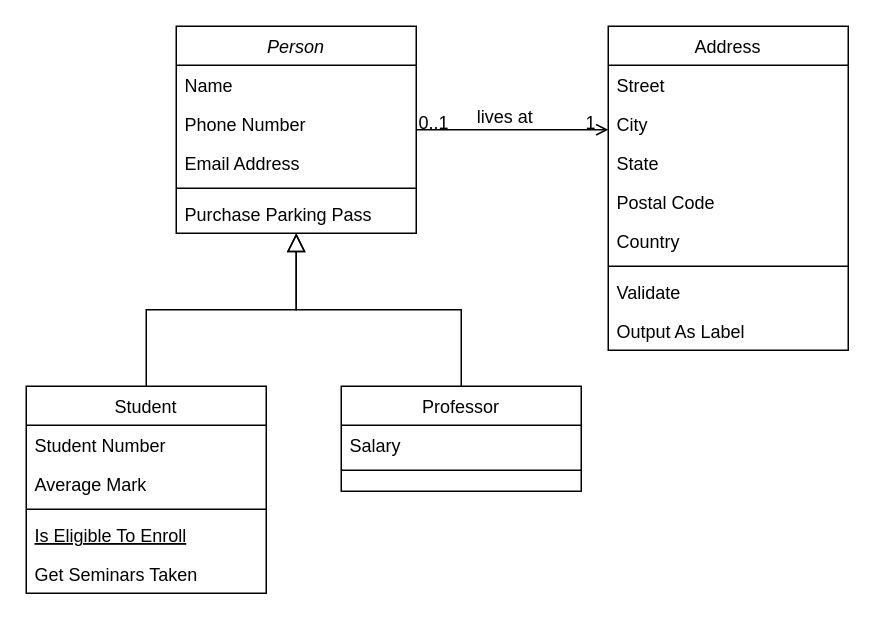
The draw.io diagram banco1.drawio in cohet3/Diagramas, before the edit. Source tidied: cells renumbered, new cells numbered last; positions are measured from the earlier drawing's top-left corner, leaving out a move shared by most shapes. Both pictures are drawn from the tidied source at 150%, with x=0, y=0 at pixel (26, 26).
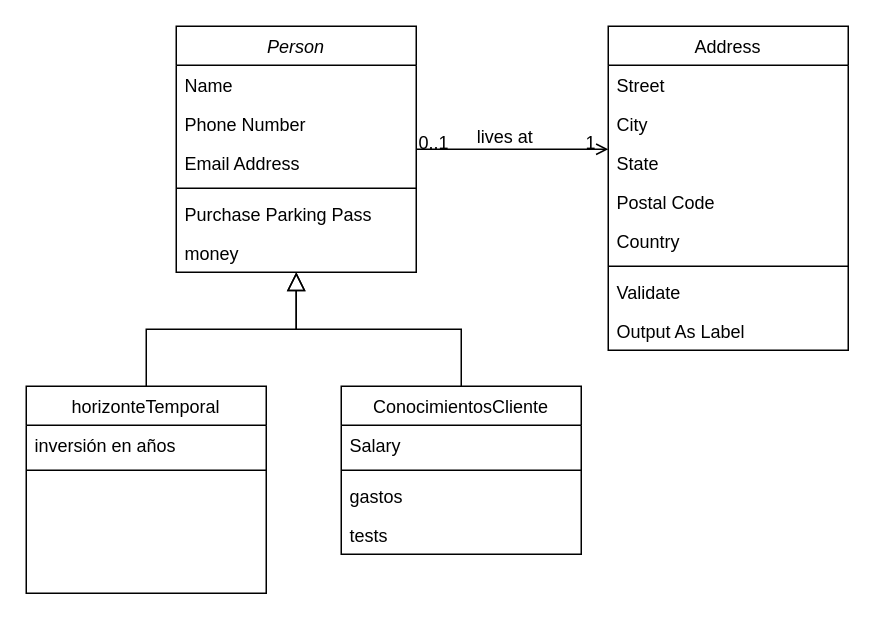
Above is the later version.

The edit, as a diff of the source:
```diff
@@
     <mxCell id="2" value="Person" style="swimlane;fontStyle=2;align=center;verticalAlign=top;horizontal=1;startSize=26;rounded=0;shadow=0;strokeWidth=1;" parent="1" vertex="1">
-      <mxGeometry x="100" width="160" height="138" as="geometry" />
+      <mxGeometry x="100" width="160" height="164" as="geometry" />
     </mxCell>
@@
+    <mxCell id="32" value="money" style="text;align=left;verticalAlign=top;spacingLeft=4;spacingRight=4;overflow=hidden;rounded=0;shadow=0;html=0;" parent="2" vertex="1">
+      <mxGeometry y="138" width="160" height="26" as="geometry" />
+    </mxCell>
-    <mxCell id="8" value="Student" style="swimlane;fontStyle=0;align=center;verticalAlign=top;horizontal=1;startSize=26;rounded=0;shadow=0;strokeWidth=1;" parent="1" vertex="1">
+    <mxCell id="8" value="horizonteTemporal" style="swimlane;fontStyle=0;align=center;verticalAlign=top;horizontal=1;startSize=26;rounded=0;shadow=0;strokeWidth=1;" parent="1" vertex="1">
       <mxGeometry y="240" width="160" height="138" as="geometry" />
     </mxCell>
-    <mxCell id="9" value="Student Number" style="text;align=left;verticalAlign=top;spacingLeft=4;spacingRight=4;overflow=hidden;" parent="8" vertex="1">
+    <mxCell id="9" value="inversión en años" style="text;align=left;verticalAlign=top;spacingLeft=4;spacingRight=4;overflow=hidden;" parent="8" vertex="1">
       <mxGeometry y="26" width="160" height="26" as="geometry" />
     </mxCell>
-    <mxCell id="10" value="Average Mark" style="text;align=left;verticalAlign=top;spacingLeft=4;spacingRight=4;overflow=hidden;rounded=0;shadow=0;html=0;" parent="8" vertex="1">
-      <mxGeometry y="52" width="160" height="26" as="geometry" />
-    </mxCell>
     <mxCell id="11" style="line;html=1;strokeWidth=1;align=left;verticalAlign=middle;spacingTop=-1;spacingLeft=3;spacingRight=3;labelPosition=right;" parent="8" vertex="1">
-      <mxGeometry y="78" width="160" height="8" as="geometry" />
+      <mxGeometry y="52" width="160" height="8" as="geometry" />
     </mxCell>
-    <mxCell id="12" value="Is Eligible To Enroll" style="text;align=left;verticalAlign=top;spacingLeft=4;spacingRight=4;overflow=hidden;fontStyle=4;" parent="8" vertex="1">
-      <mxGeometry y="86" width="160" height="26" as="geometry" />
-    </mxCell>
-    <mxCell id="13" value="Get Seminars Taken" style="text;align=left;verticalAlign=top;spacingLeft=4;spacingRight=4;overflow=hidden;" parent="8" vertex="1">
-      <mxGeometry y="112" width="160" height="26" as="geometry" />
-    </mxCell>
@@
-    <mxCell id="15" value="Professor" style="swimlane;fontStyle=0;align=center;verticalAlign=top;horizontal=1;startSize=26;rounded=0;shadow=0;strokeWidth=1;" parent="1" vertex="1">
-      <mxGeometry x="210" y="240" width="160" height="70" as="geometry" />
+    <mxCell id="15" value="ConocimientosCliente" style="swimlane;fontStyle=0;align=center;verticalAlign=top;horizontal=1;startSize=26;rounded=0;shadow=0;strokeWidth=1;" parent="1" vertex="1">
+      <mxGeometry x="210" y="240" width="160" height="112" as="geometry" />
     </mxCell>
@@
+    <mxCell id="33" value="gastos" style="text;align=left;verticalAlign=top;spacingLeft=4;spacingRight=4;overflow=hidden;" parent="15" vertex="1">
+      <mxGeometry y="60" width="160" height="26" as="geometry" />
+    </mxCell>
+    <mxCell id="34" value="tests" style="text;align=left;verticalAlign=top;spacingLeft=4;spacingRight=4;overflow=hidden;" parent="15" vertex="1">
+      <mxGeometry y="86" width="160" height="26" as="geometry" />
+    </mxCell>
```
